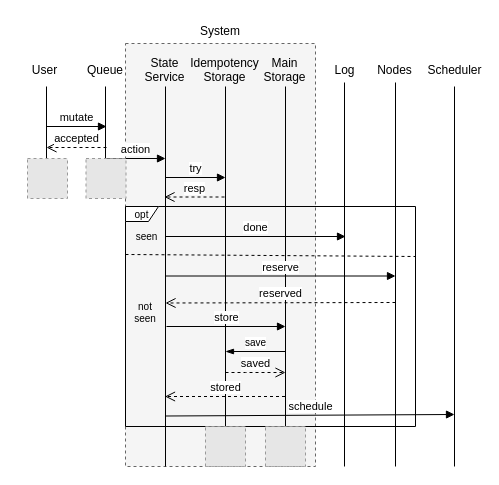
Above: diagrams/idempotent_mutate.drawio in MilosSimic/phd-thesis (draw.io), before the change. Source tidied: cells renumbered, new cells numbered last; positions are measured from the earlier drawing's top-left corner, leaving out a move shared by most shapes. Both pictures are drawn from the tidied source at 100%, with x=0, y=0 at pixel (25, 17). Pictures stored in the file or linked from it are replaced by grey dashed boxes.
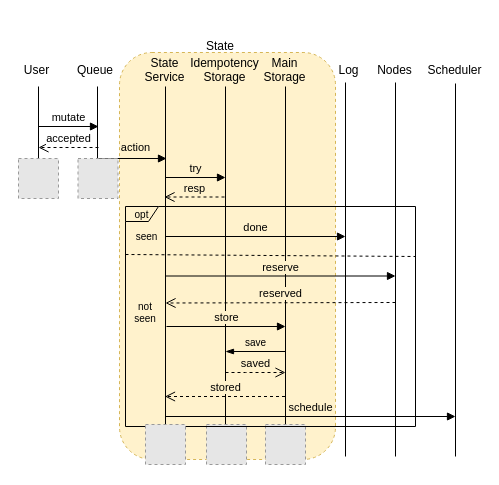
The same diagram, later.

The edit, as a diff of the source:
```diff
@@
-    <mxCell id="2" style="rounded=0;whiteSpace=wrap;html=1;dashed=1;fillColor=#f5f5f5;strokeColor=#666666;fontColor=#333333;" parent="1" vertex="1">
-      <mxGeometry x="100" y="26" width="190" height="423" as="geometry" />
+    <mxCell id="2" style="rounded=1;whiteSpace=wrap;html=1;dashed=1;fillColor=#fff2cc;strokeColor=#d6b656;glass=0;" parent="1" vertex="1">
+      <mxGeometry x="94" y="35" width="216" height="407" as="geometry" />
     </mxCell>
-    <mxCell id="3" value="opt" style="shape=umlFrame;whiteSpace=wrap;html=1;strokeWidth=1;width=33;height=15;fontSize=10;" parent="1" vertex="1">
-      <mxGeometry x="100" y="189" width="290" height="220" as="geometry" />
-    </mxCell>
     <mxCell id="4" style="endArrow=none;html=1;" parent="1" edge="1">
       <mxGeometry relative="1" as="geometry">
-        <mxPoint x="140" y="449" as="sourcePoint" />
+        <mxPoint x="140" y="429" as="sourcePoint" />
         <mxPoint x="140" y="69" as="targetPoint" />
       </mxGeometry>
     </mxCell>
@@
     <mxCell id="6" style="endArrow=none;html=1;" parent="1" edge="1">
       <mxGeometry relative="1" as="geometry">
-        <mxPoint x="21" y="159" as="sourcePoint" />
-        <mxPoint x="21" y="69" as="targetPoint" />
+        <mxPoint x="13" y="159" as="sourcePoint" />
+        <mxPoint x="13" y="69" as="targetPoint" />
       </mxGeometry>
     </mxCell>
     <mxCell id="7" value="mutate" style="html=1;verticalAlign=bottom;startArrow=none;endArrow=block;startSize=8;startFill=0;" parent="1" edge="1">
       <mxGeometry relative="1" as="geometry">
-        <mxPoint x="21" y="109" as="sourcePoint" />
-        <mxPoint x="81" y="109" as="targetPoint" />
+        <mxPoint x="13" y="109" as="sourcePoint" />
+        <mxPoint x="73" y="109" as="targetPoint" />
       </mxGeometry>
     </mxCell>
     <mxCell id="8" style="endArrow=none;html=1;" parent="1" edge="1">
       <mxGeometry relative="1" as="geometry">
-        <mxPoint x="80" y="159" as="sourcePoint" />
-        <mxPoint x="80" y="69" as="targetPoint" />
+        <mxPoint x="72" y="159" as="sourcePoint" />
+        <mxPoint x="72" y="69" as="targetPoint" />
       </mxGeometry>
     </mxCell>
     <mxCell id="9" value="accepted" style="html=1;verticalAlign=bottom;endArrow=open;dashed=1;endSize=8;" parent="1" edge="1">
       <mxGeometry relative="1" as="geometry">
-        <mxPoint x="81" y="130" as="sourcePoint" />
-        <mxPoint x="21" y="130" as="targetPoint" />
+        <mxPoint x="73" y="130" as="sourcePoint" />
+        <mxPoint x="13" y="130" as="targetPoint" />
       </mxGeometry>
     </mxCell>
     <mxCell id="10" value="User" style="text;align=center;fontStyle=0;verticalAlign=middle;spacingLeft=3;spacingRight=3;strokeColor=none;" parent="1" vertex="1">
-      <mxGeometry y="39" width="39" height="26" as="geometry" />
+      <mxGeometry x="-8" y="39" width="39" height="26" as="geometry" />
     </mxCell>
     <mxCell id="11" value="Queue" style="text;align=center;fontStyle=0;verticalAlign=middle;spacingLeft=3;spacingRight=3;strokeColor=none;" parent="1" vertex="1">
-      <mxGeometry x="60.5" y="39" width="39" height="26" as="geometry" />
+      <mxGeometry x="50.5" y="39" width="39" height="26" as="geometry" />
     </mxCell>
     <mxCell id="12" style="fillColor=#E6E6E6;strokeColor=#999999;dashed=1;html=1;verticalAlign=top;verticalLabelPosition=bottom;labelBackgroundColor=#ffffff;" parent="1" vertex="1">
-      <mxGeometry x="2" y="141" width="40" height="40" as="geometry" />
+      <mxGeometry x="-7" y="141" width="40" height="40" as="geometry" />
     </mxCell>
-    <mxCell id="13" value="action" style="html=1;verticalAlign=bottom;endArrow=block;" parent="1" edge="1">
-      <mxGeometry relative="1" as="geometry">
-        <mxPoint x="80" y="141" as="sourcePoint" />
-        <mxPoint x="140" y="141" as="targetPoint" />
+    <mxCell id="13" value="action" style="html=1;verticalAlign=bottom;endArrow=block;labelBackgroundColor=#FFF2CC;exitX=0.5;exitY=0;exitDx=0;exitDy=0;" parent="1" edge="1" source="14">
+      <mxGeometry x="0.09" y="2" relative="1" as="geometry">
+        <mxPoint x="141" y="141" as="targetPoint" />
       </mxGeometry>
     </mxCell>
     <mxCell id="14" style="fillColor=#E6E6E6;strokeColor=#999999;dashed=1;html=1;verticalAlign=top;verticalLabelPosition=bottom;labelBackgroundColor=#ffffff;fontSize=10;" parent="1" vertex="1">
-      <mxGeometry x="60.5" y="141" width="40" height="40" as="geometry" />
+      <mxGeometry x="52.5" y="141" width="40" height="40" as="geometry" />
     </mxCell>
@@
-    <mxCell id="19" value="try" style="html=1;verticalAlign=bottom;endArrow=block;" parent="1" edge="1">
+    <mxCell id="19" value="try" style="html=1;verticalAlign=bottom;endArrow=block;labelBackgroundColor=#FFF2CC;" parent="1" edge="1">
       <mxGeometry relative="1" as="geometry">
         <mxPoint x="140" y="160" as="sourcePoint" />
         <mxPoint x="200" y="160" as="targetPoint" />
       </mxGeometry>
     </mxCell>
-    <mxCell id="20" value="resp" style="html=1;verticalAlign=bottom;endArrow=open;dashed=1;endSize=8;" parent="1" edge="1">
+    <mxCell id="20" value="resp" style="html=1;verticalAlign=bottom;endArrow=open;dashed=1;endSize=8;labelBackgroundColor=#FFF2CC;" parent="1" edge="1">
       <mxGeometry relative="1" as="geometry">
         <mxPoint x="199" y="179.5" as="sourcePoint" />
         <mxPoint x="139" y="179.5" as="targetPoint" />
       </mxGeometry>
     </mxCell>
@@
     <mxCell id="23" style="endArrow=none;html=1;" parent="1" edge="1">
       <mxGeometry relative="1" as="geometry">
-        <mxPoint x="319" y="449" as="sourcePoint" />
-        <mxPoint x="319" y="65" as="targetPoint" />
+        <mxPoint x="320" y="439" as="sourcePoint" />
+        <mxPoint x="320" y="65" as="targetPoint" />
       </mxGeometry>
     </mxCell>
     <mxCell id="24" value="Log" style="text;align=center;fontStyle=0;verticalAlign=middle;spacingLeft=3;spacingRight=3;strokeColor=none;" parent="1" vertex="1">
-      <mxGeometry x="300" y="39" width="39" height="26" as="geometry" />
+      <mxGeometry x="304" y="39" width="39" height="26" as="geometry" />
     </mxCell>
-    <mxCell id="25" value="done" style="html=1;verticalAlign=bottom;endArrow=block;" parent="1" edge="1">
+    <mxCell id="25" value="done" style="html=1;verticalAlign=bottom;endArrow=block;labelBackgroundColor=#FFF2CC;" parent="1" edge="1">
       <mxGeometry relative="1" as="geometry">
         <mxPoint x="140" y="219" as="sourcePoint" />
         <mxPoint x="320" y="219" as="targetPoint" />
       </mxGeometry>
     </mxCell>
     <mxCell id="26" style="fillColor=#E6E6E6;strokeColor=#999999;dashed=1;html=1;verticalAlign=top;verticalLabelPosition=bottom;labelBackgroundColor=#ffffff;fontSize=10;" parent="1" vertex="1">
-      <mxGeometry x="240" y="409" width="40" height="40" as="geometry" />
+      <mxGeometry x="240" y="407" width="40" height="40" as="geometry" />
     </mxCell>
-    <mxCell id="27" value="store" style="html=1;verticalAlign=bottom;endArrow=block;" parent="1" edge="1">
+    <mxCell id="27" value="store" style="html=1;verticalAlign=bottom;endArrow=block;labelBackgroundColor=#FFF2CC;" parent="1" edge="1">
       <mxGeometry relative="1" as="geometry">
         <mxPoint x="141" y="309" as="sourcePoint" />
         <mxPoint x="260" y="309" as="targetPoint" />
       </mxGeometry>
     </mxCell>
-    <mxCell id="28" value="save" style="html=1;verticalAlign=bottom;endArrow=none;fontSize=10;endFill=0;startArrow=blockThin;startFill=1;" parent="1" edge="1">
+    <mxCell id="28" value="save" style="html=1;verticalAlign=bottom;endArrow=none;fontSize=10;endFill=0;startArrow=blockThin;startFill=1;labelBackgroundColor=#FFF2CC;" parent="1" edge="1">
       <mxGeometry relative="1" as="geometry">
         <mxPoint x="200" y="334" as="sourcePoint" />
         <mxPoint x="260" y="334" as="targetPoint" />
       </mxGeometry>
     </mxCell>
-    <mxCell id="29" value="schedule" style="html=1;verticalAlign=bottom;endArrow=block;" parent="1" edge="1">
+    <mxCell id="29" value="schedule" style="html=1;verticalAlign=bottom;endArrow=block;labelBackgroundColor=#FFF2CC;arcSize=20;" parent="1" edge="1">
       <mxGeometry relative="1" as="geometry">
-        <mxPoint x="140" y="398.5" as="sourcePoint" />
-        <mxPoint x="429" y="397" as="targetPoint" />
+        <mxPoint x="140" y="399" as="sourcePoint" />
+        <mxPoint x="430" y="399" as="targetPoint" />
       </mxGeometry>
     </mxCell>
     <mxCell id="30" style="endArrow=none;html=1;" parent="1" edge="1">
       <mxGeometry relative="1" as="geometry">
-        <mxPoint x="370" y="449" as="sourcePoint" />
+        <mxPoint x="370" y="439" as="sourcePoint" />
         <mxPoint x="370" y="65" as="targetPoint" />
       </mxGeometry>
     </mxCell>
@@
-    <mxCell id="33" value="reserve" style="html=1;verticalAlign=bottom;endArrow=block;" parent="1" edge="1">
+    <mxCell id="33" value="reserve" style="html=1;verticalAlign=bottom;endArrow=block;labelBackgroundColor=#FFF2CC;" parent="1" edge="1">
       <mxGeometry relative="1" as="geometry">
         <mxPoint x="140" y="258.5" as="sourcePoint" />
         <mxPoint x="370" y="258.5" as="targetPoint" />
       </mxGeometry>
     </mxCell>
-    <mxCell id="34" value="reserved" style="html=1;verticalAlign=bottom;endArrow=open;dashed=1;endSize=8;entryX=1;entryY=0.5;entryDx=0;entryDy=0;" parent="1" edge="1">
+    <mxCell id="34" value="reserved" style="html=1;verticalAlign=bottom;endArrow=open;dashed=1;endSize=8;entryX=1;entryY=0.5;entryDx=0;entryDy=0;labelBackgroundColor=#FFF2CC;" parent="1" edge="1">
       <mxGeometry relative="1" as="geometry">
         <mxPoint x="370" y="285" as="sourcePoint" />
         <mxPoint x="140" y="285.5" as="targetPoint" />
       </mxGeometry>
     </mxCell>
     <mxCell id="35" style="endArrow=none;html=1;" parent="1" edge="1">
       <mxGeometry relative="1" as="geometry">
-        <mxPoint x="429" y="449" as="sourcePoint" />
-        <mxPoint x="429" y="69" as="targetPoint" />
+        <mxPoint x="430" y="439" as="sourcePoint" />
+        <mxPoint x="430" y="66" as="targetPoint" />
       </mxGeometry>
     </mxCell>
@@
     <mxCell id="37" style="fillColor=#E6E6E6;strokeColor=#999999;dashed=1;html=1;verticalAlign=top;verticalLabelPosition=bottom;labelBackgroundColor=#ffffff;fontSize=10;" parent="1" vertex="1">
-      <mxGeometry x="180" y="409" width="40" height="40" as="geometry" />
+      <mxGeometry x="181" y="407" width="40" height="40" as="geometry" />
     </mxCell>
-    <mxCell id="38" value="System" style="text;align=center;fontStyle=0;verticalAlign=middle;spacingLeft=3;spacingRight=3;strokeColor=none;" parent="1" vertex="1">
-      <mxGeometry x="100" width="190" height="26" as="geometry" />
+    <mxCell id="38" value="State" style="text;align=center;fontStyle=0;verticalAlign=middle;spacingLeft=3;spacingRight=3;strokeColor=none;" parent="1" vertex="1">
+      <mxGeometry x="100" y="21" width="190" height="13" as="geometry" />
     </mxCell>
-    <mxCell id="39" value="saved" style="html=1;verticalAlign=bottom;endArrow=open;dashed=1;endSize=8;" parent="1" edge="1">
+    <mxCell id="39" value="saved" style="html=1;verticalAlign=bottom;endArrow=open;dashed=1;endSize=8;labelBackgroundColor=#FFF2CC;" parent="1" edge="1">
       <mxGeometry relative="1" as="geometry">
         <mxPoint x="200" y="355" as="sourcePoint" />
         <mxPoint x="260" y="355" as="targetPoint" />
         <Array as="points">
           <mxPoint x="230" y="355" />
         </Array>
       </mxGeometry>
     </mxCell>
-    <mxCell id="40" value="stored" style="html=1;verticalAlign=bottom;endArrow=open;dashed=1;endSize=8;" parent="1" edge="1">
+    <mxCell id="40" value="stored" style="html=1;verticalAlign=bottom;endArrow=open;dashed=1;endSize=8;labelBackgroundColor=#FFF2CC;" parent="1" edge="1">
       <mxGeometry relative="1" as="geometry">
         <mxPoint x="259.5" y="379" as="sourcePoint" />
         <mxPoint x="139.5" y="379" as="targetPoint" />
       </mxGeometry>
     </mxCell>
+    <mxCell id="3" value="opt" style="shape=umlFrame;whiteSpace=wrap;html=1;strokeWidth=1;width=33;height=15;fontSize=10;labelBackgroundColor=#FFF2CC;fillColor=#FFF2CC;" parent="1" vertex="1">
+      <mxGeometry x="100" y="189" width="290" height="220" as="geometry" />
+    </mxCell>
+    <mxCell id="41" style="fillColor=#E6E6E6;strokeColor=#999999;dashed=1;html=1;verticalAlign=top;verticalLabelPosition=bottom;labelBackgroundColor=#ffffff;fontSize=10;" parent="1" vertex="1">
+      <mxGeometry x="120" y="407" width="40" height="40" as="geometry" />
+    </mxCell>
```
